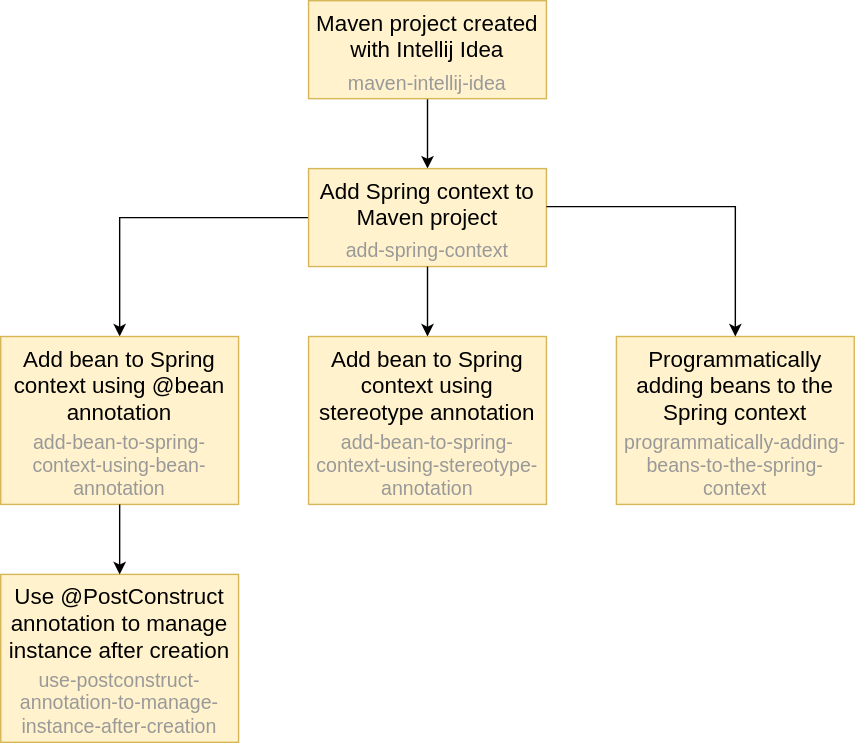
Above: profile/repositories-graph.svg in Romach-Education/.github (draw.io), before the change. Source tidied: cells renumbered, new cells last; positions are measured from the earlier drawing's top-left corner, leaving out a move shared by most shapes.
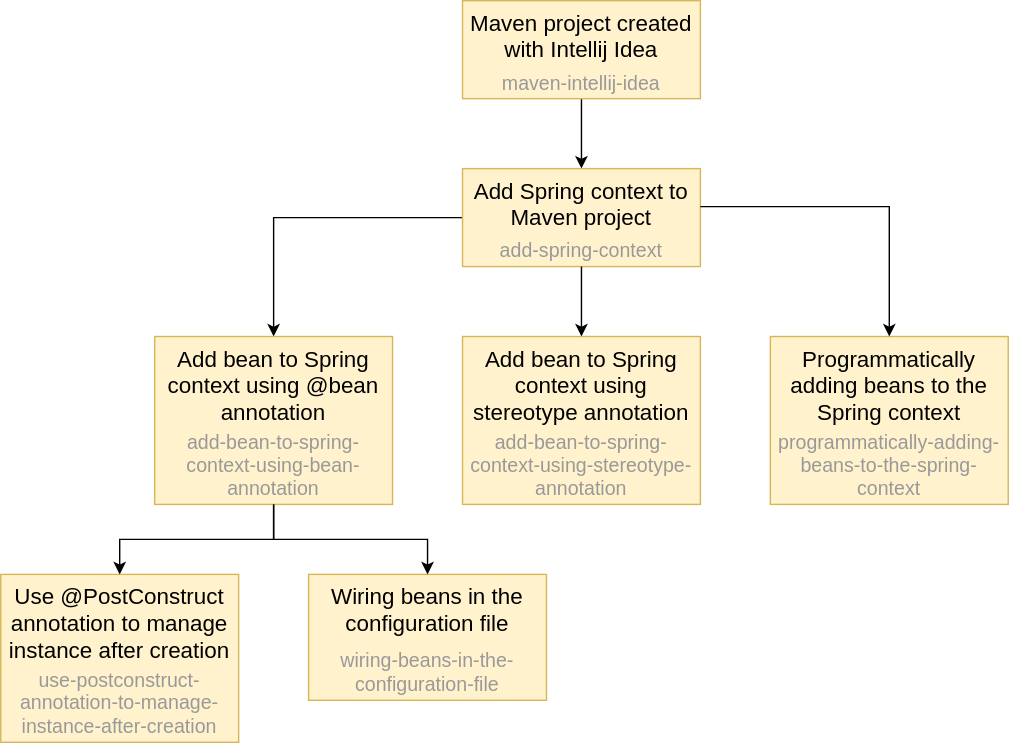
After the commit.

Commit message:
Update repositories graph

The edit, as a diff of the source:
```diff
@@ -48,7 +48,7 @@
       <mxGeometry relative="1" as="geometry" />
     </mxCell>
     <mxCell id="17" style="rounded=0;whiteSpace=wrap;html=1;fillColor=#fff2cc;strokeColor=#d6b656;" parent="1" vertex="1">
-      <mxGeometry y="410" width="170" height="120" as="geometry" />
+      <mxGeometry x="-110" y="410" width="170" height="120" as="geometry" />
     </mxCell>
     <mxCell id="18" value="&lt;font color=&quot;#999999&quot; style=&quot;font-size: 14px;&quot;&gt;use-postconstruct-annotation-to-manage-instance-after-creation&lt;/font&gt;" style="rounded=0;whiteSpace=wrap;html=1;strokeColor=none;fillColor=none;verticalAlign=bottom;" parent="17" vertex="1">
       <mxGeometry y="71.1" width="170" height="48.9" as="geometry" />
@@ -71,5 +71,17 @@
     <mxCell id="24" style="edgeStyle=orthogonalEdgeStyle;rounded=0;jettySize=auto;html=1;" parent="1" edge="1" source="9" target="23">
       <mxGeometry relative="1" as="geometry" />
     </mxCell>
+    <mxCell id="25" style="rounded=0;whiteSpace=wrap;html=1;fillColor=#fff2cc;strokeColor=#d6b656;" parent="1" vertex="1">
+      <mxGeometry x="110" y="410" width="170" height="90" as="geometry" />
+    </mxCell>
+    <mxCell id="26" value="&lt;font color=&quot;#999999&quot; style=&quot;font-size: 14px;&quot;&gt;wiring-beans-in-the-configuration-file&lt;/font&gt;" style="rounded=0;whiteSpace=wrap;html=1;strokeColor=none;fillColor=none;verticalAlign=bottom;" parent="25" vertex="1">
+      <mxGeometry y="53.3" width="170" height="36.7" as="geometry" />
+    </mxCell>
+    <mxCell id="27" value="&lt;font style=&quot;font-size: 16px;&quot;&gt;Wiring beans in the configuration file&lt;/font&gt;" style="rounded=0;whiteSpace=wrap;html=1;strokeColor=none;fillColor=none;verticalAlign=top;" parent="25" vertex="1">
+      <mxGeometry width="170" height="53.3" as="geometry" />
+    </mxCell>
+    <mxCell id="28" style="edgeStyle=orthogonalEdgeStyle;rounded=0;jettySize=auto;html=1;" parent="1" edge="1" source="11" target="27">
+      <mxGeometry relative="1" as="geometry" />
+    </mxCell>
   </root>
 </mxGraphModel>
```
